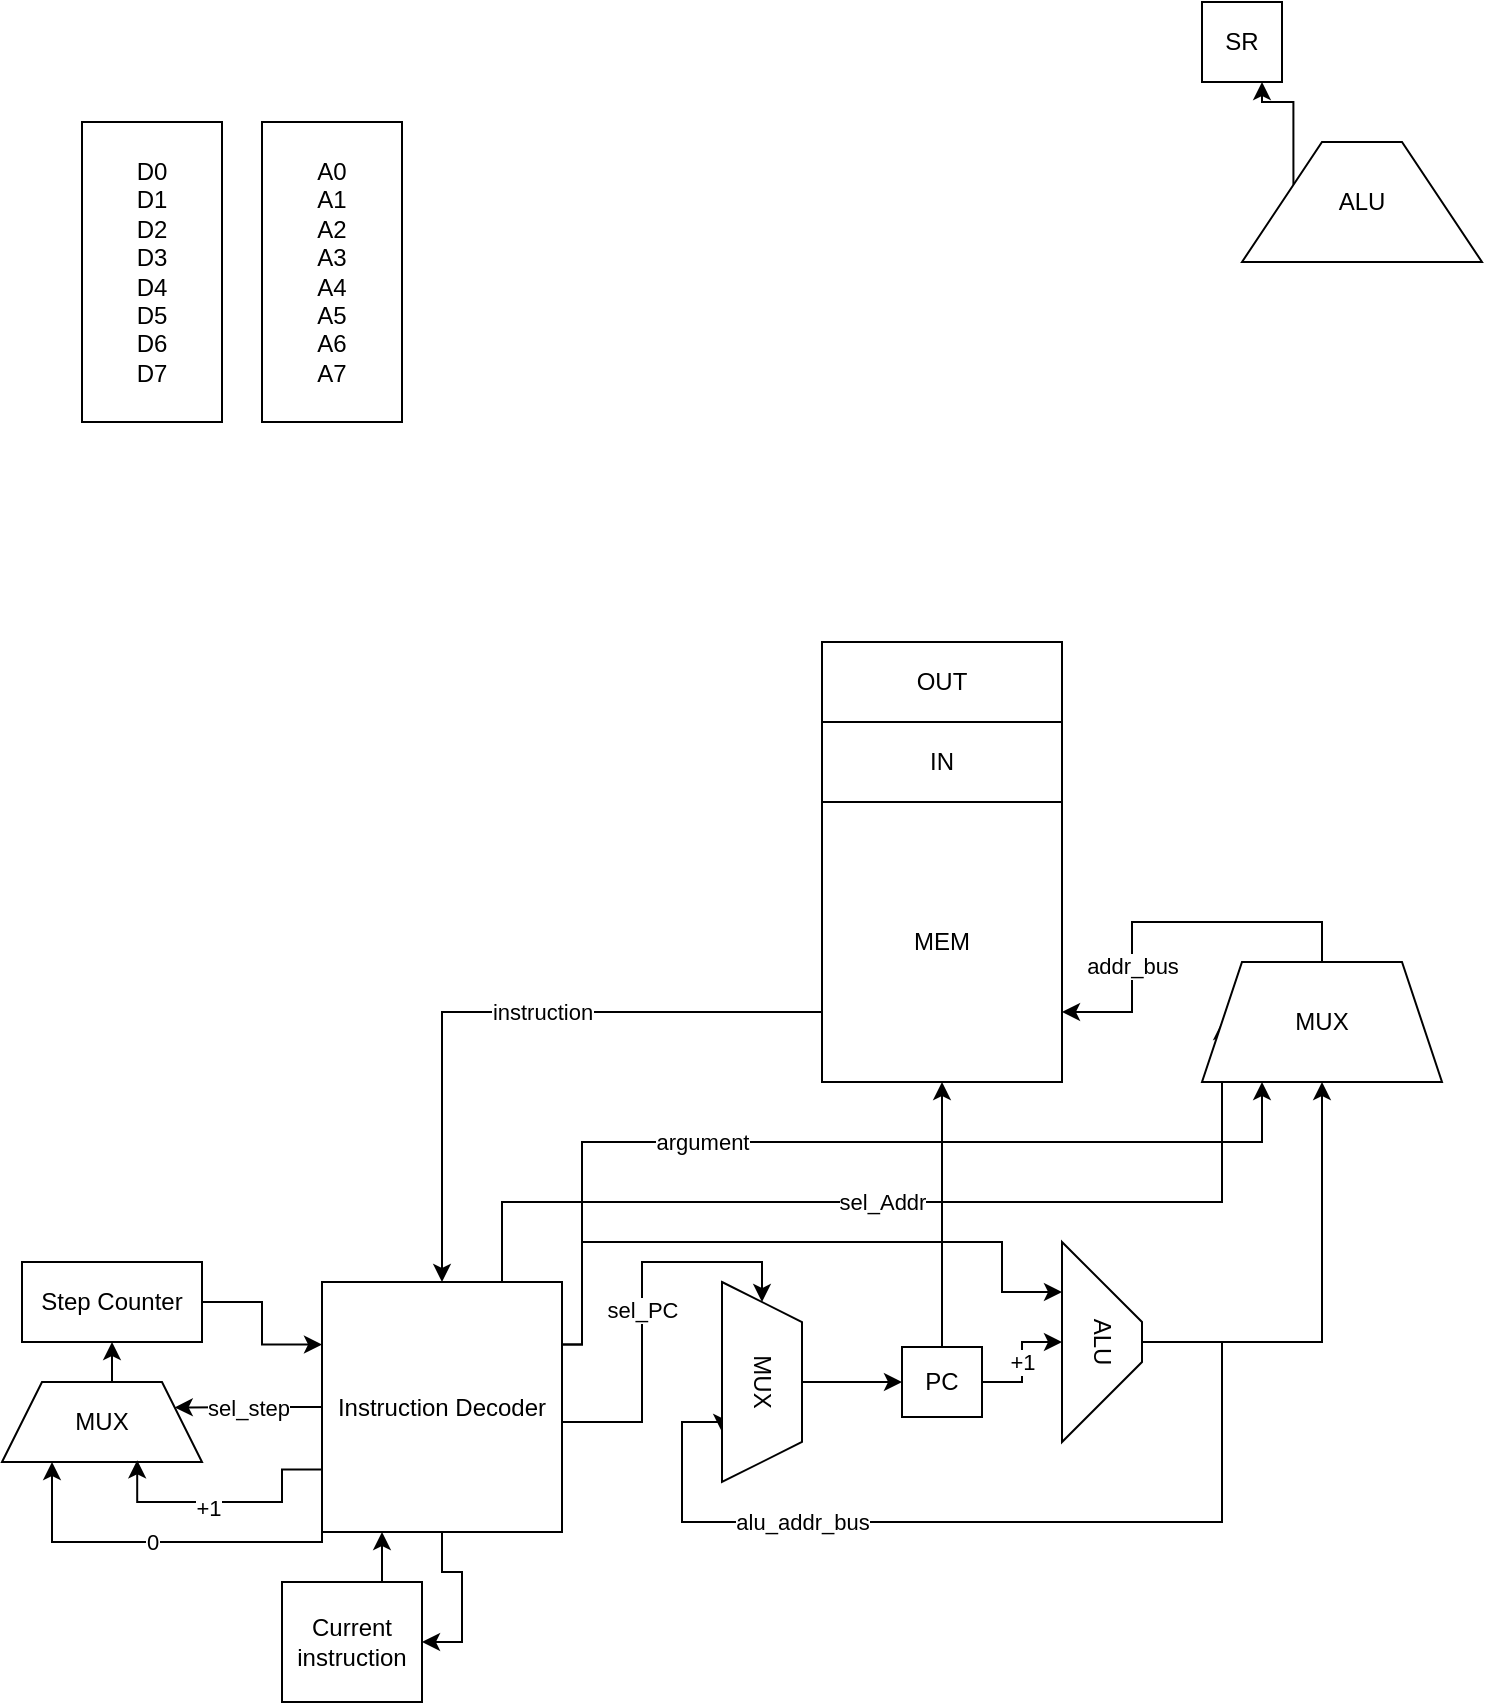
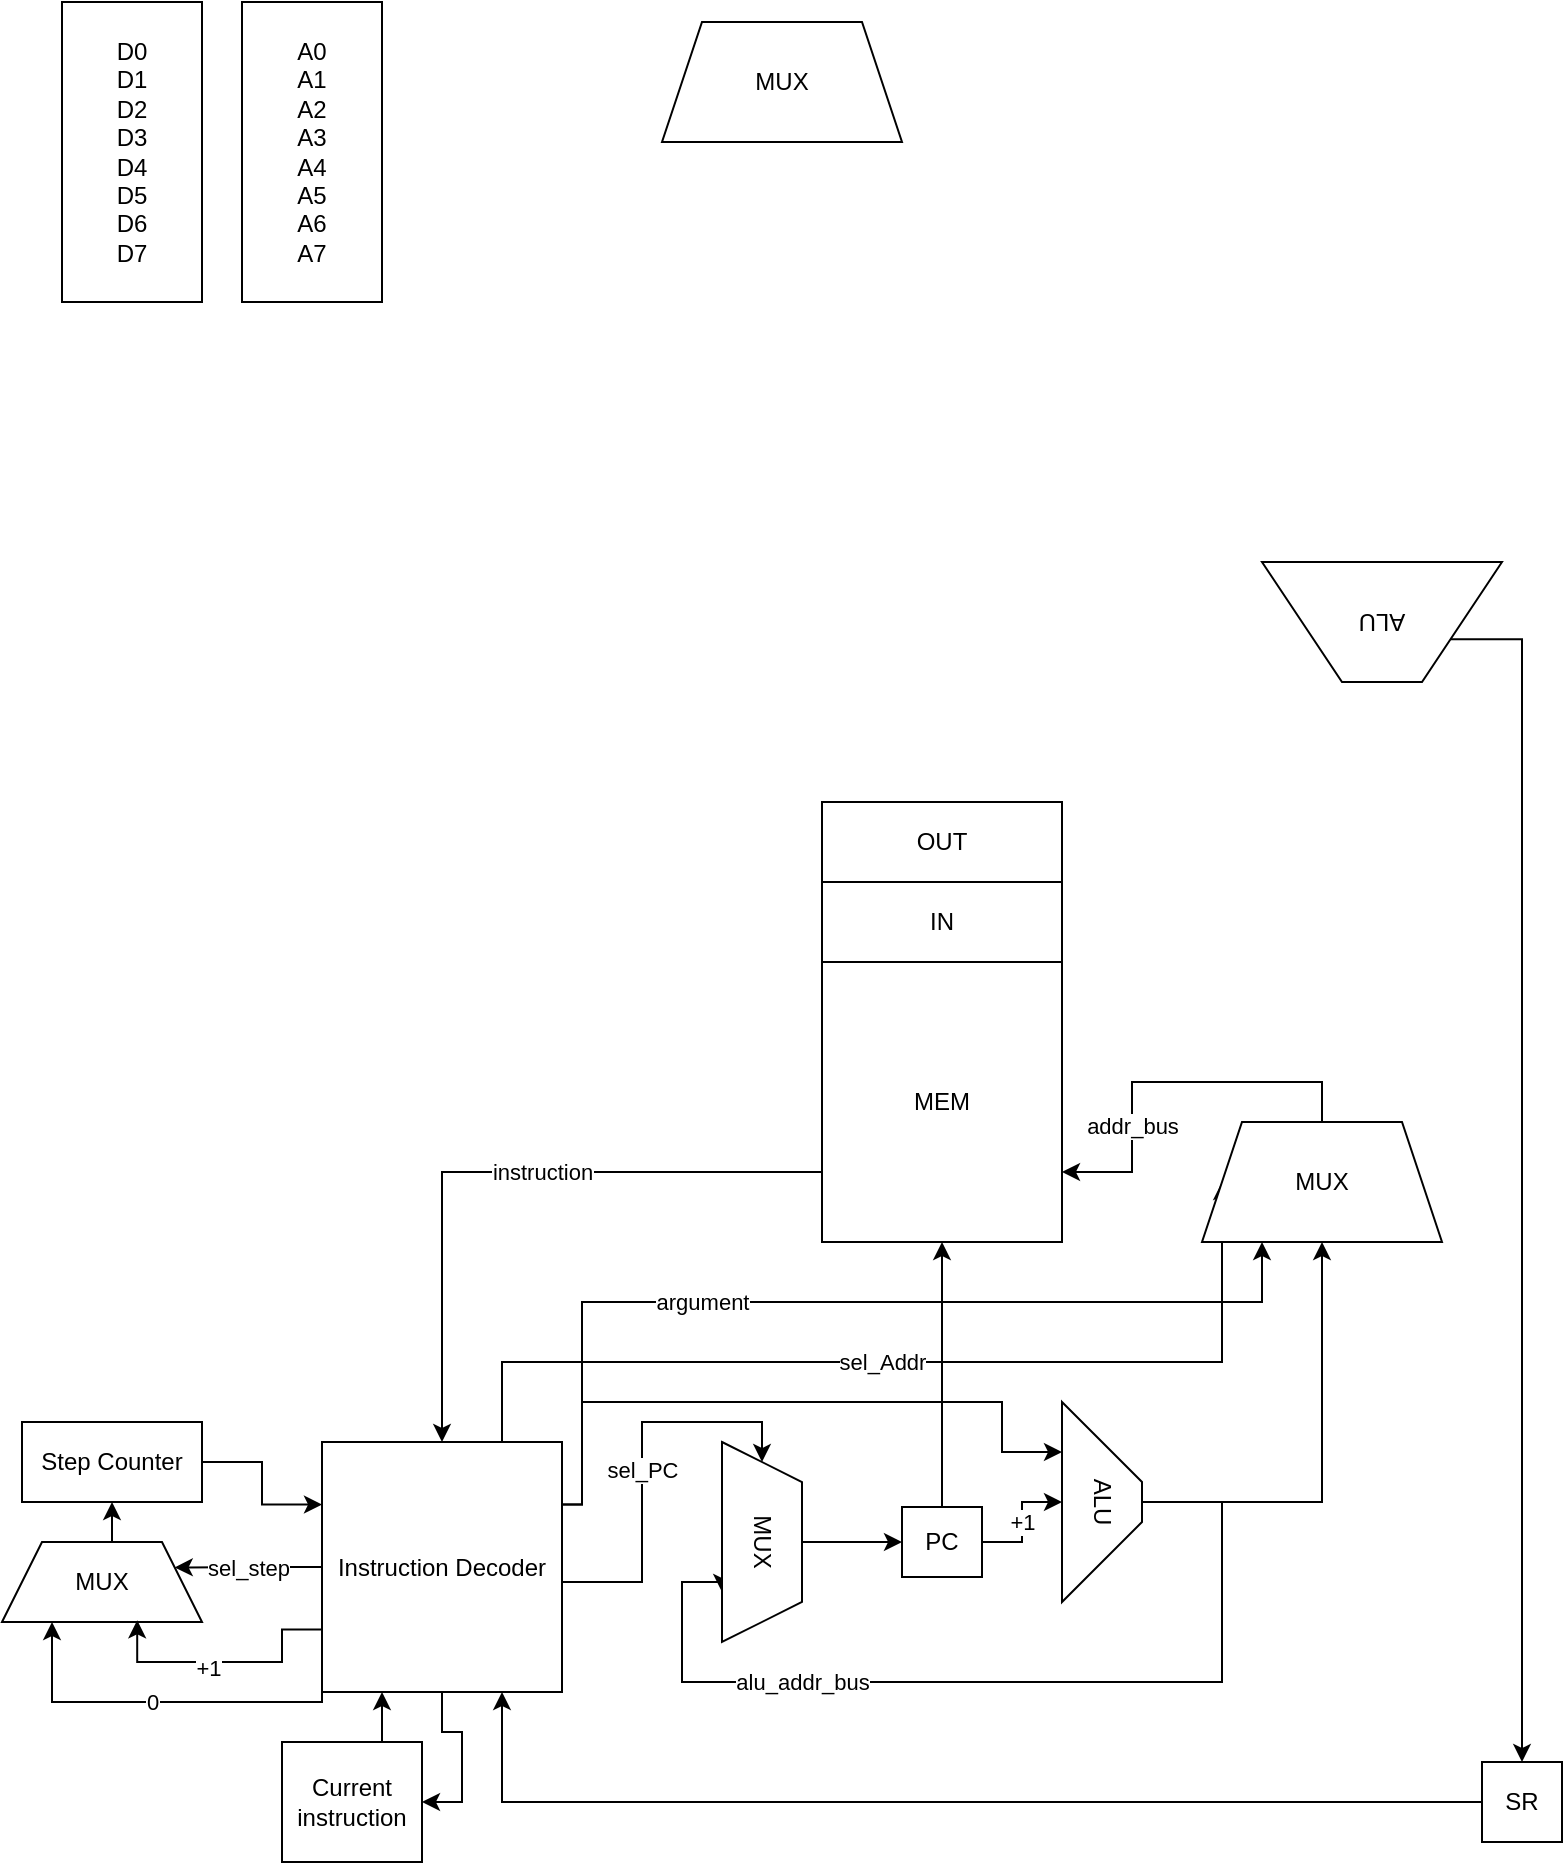
<mxfile host="app.diagrams.net">
  <diagram name="Page-1" id="vD0c1nyJ2qsoY4smOO1c">
-     <mxGraphModel dx="776" dy="638" grid="1" gridSize="10" guides="1" tooltips="1" connect="1" arrows="1" fold="1" page="1" pageScale="1" pageWidth="850" pageHeight="1100" math="0" shadow="0">
+     <mxGraphModel dx="1109" dy="911" grid="1" gridSize="10" guides="1" tooltips="1" connect="1" arrows="1" fold="1" page="1" pageScale="1" pageWidth="850" pageHeight="1100" math="0" shadow="0">
      <root>
        <mxCell id="0" />
        <mxCell id="1" parent="0" />
        <mxCell id="tmCgyVSAr47gJ168LUJc-6" parent="1" style="rounded=0;whiteSpace=wrap;html=1;" value="D0&lt;div&gt;D1&lt;/div&gt;&lt;div&gt;D2&lt;/div&gt;&lt;div&gt;D3&lt;/div&gt;&lt;div&gt;D4&lt;/div&gt;&lt;div&gt;D5&lt;/div&gt;&lt;div&gt;D6&lt;/div&gt;&lt;div&gt;D7&lt;/div&gt;" vertex="1">
          <mxGeometry height="150" width="70" x="40" y="150" as="geometry" />
        </mxCell>
        <mxCell id="tmCgyVSAr47gJ168LUJc-29" edge="1" parent="1" source="tmCgyVSAr47gJ168LUJc-7" style="edgeStyle=orthogonalEdgeStyle;rounded=0;orthogonalLoop=1;jettySize=auto;html=1;exitX=0;exitY=0.75;exitDx=0;exitDy=0;entryX=0.5;entryY=0;entryDx=0;entryDy=0;" target="tmCgyVSAr47gJ168LUJc-8" value="instruction">
          <mxGeometry relative="1" x="-0.1385" as="geometry">
            <mxPoint as="offset" />
          </mxGeometry>
        </mxCell>
        <mxCell id="tmCgyVSAr47gJ168LUJc-7" parent="1" style="rounded=0;whiteSpace=wrap;html=1;" value="MEM" vertex="1">
-           <mxGeometry height="140" width="120" x="410" y="490" as="geometry" />
+           <mxGeometry height="140" width="120" x="420" y="630" as="geometry" />
        </mxCell>
        <mxCell id="tmCgyVSAr47gJ168LUJc-18" edge="1" parent="1" source="tmCgyVSAr47gJ168LUJc-8" style="edgeStyle=orthogonalEdgeStyle;rounded=0;orthogonalLoop=1;jettySize=auto;html=1;exitX=1;exitY=0.5;exitDx=0;exitDy=0;entryX=0;entryY=0.5;entryDx=0;entryDy=0;" target="tmCgyVSAr47gJ168LUJc-17" value="sel_PC">
          <mxGeometry relative="1" as="geometry">
            <Array as="points">
-               <mxPoint x="280" y="800" />
-               <mxPoint x="320" y="800" />
-               <mxPoint x="320" y="720" />
-               <mxPoint x="380" y="720" />
+               <mxPoint x="290" y="940" />
+               <mxPoint x="330" y="940" />
+               <mxPoint x="330" y="860" />
+               <mxPoint x="390" y="860" />
            </Array>
          </mxGeometry>
        </mxCell>
        <mxCell id="tmCgyVSAr47gJ168LUJc-27" edge="1" parent="1" source="tmCgyVSAr47gJ168LUJc-8" style="edgeStyle=orthogonalEdgeStyle;rounded=0;orthogonalLoop=1;jettySize=auto;html=1;exitX=0.75;exitY=0;exitDx=0;exitDy=0;entryX=0;entryY=0.5;entryDx=0;entryDy=0;" target="tmCgyVSAr47gJ168LUJc-25" value="sel_Addr">
          <mxGeometry relative="1" x="-0.0612" as="geometry">
            <mxPoint as="offset" />
            <Array as="points">
-               <mxPoint x="250" y="690" />
+               <mxPoint x="260" y="830" />
            </Array>
          </mxGeometry>
        </mxCell>
        <mxCell id="tmCgyVSAr47gJ168LUJc-31" edge="1" parent="1" source="tmCgyVSAr47gJ168LUJc-8" style="edgeStyle=orthogonalEdgeStyle;rounded=0;orthogonalLoop=1;jettySize=auto;html=1;exitX=0.5;exitY=1;exitDx=0;exitDy=0;entryX=1;entryY=0.5;entryDx=0;entryDy=0;" target="tmCgyVSAr47gJ168LUJc-30">
          <mxGeometry relative="1" as="geometry" />
        </mxCell>
        <mxCell id="tmCgyVSAr47gJ168LUJc-38" edge="1" parent="1" source="tmCgyVSAr47gJ168LUJc-8" style="edgeStyle=orthogonalEdgeStyle;rounded=0;orthogonalLoop=1;jettySize=auto;html=1;exitX=1;exitY=0.25;exitDx=0;exitDy=0;entryX=0.25;entryY=1;entryDx=0;entryDy=0;" target="tmCgyVSAr47gJ168LUJc-15">
          <mxGeometry relative="1" as="geometry">
            <Array as="points">
-               <mxPoint x="290" y="761" />
-               <mxPoint x="290" y="710" />
-               <mxPoint x="500" y="710" />
-               <mxPoint x="500" y="735" />
+               <mxPoint x="300" y="901" />
+               <mxPoint x="300" y="850" />
+               <mxPoint x="510" y="850" />
+               <mxPoint x="510" y="875" />
            </Array>
          </mxGeometry>
        </mxCell>
        <mxCell id="tmCgyVSAr47gJ168LUJc-40" edge="1" parent="1" source="tmCgyVSAr47gJ168LUJc-8" style="edgeStyle=orthogonalEdgeStyle;rounded=0;orthogonalLoop=1;jettySize=auto;html=1;exitX=1;exitY=0.25;exitDx=0;exitDy=0;entryX=0.25;entryY=1;entryDx=0;entryDy=0;" target="tmCgyVSAr47gJ168LUJc-25">
          <mxGeometry relative="1" as="geometry">
            <Array as="points">
-               <mxPoint x="290" y="761" />
-               <mxPoint x="290" y="660" />
-               <mxPoint x="630" y="660" />
+               <mxPoint x="300" y="901" />
+               <mxPoint x="300" y="800" />
+               <mxPoint x="640" y="800" />
            </Array>
          </mxGeometry>
        </mxCell>
        <mxCell id="tmCgyVSAr47gJ168LUJc-41" connectable="0" parent="tmCgyVSAr47gJ168LUJc-40" style="edgeLabel;html=1;align=center;verticalAlign=middle;resizable=0;points=[];" value="argument" vertex="1">
          <mxGeometry relative="1" x="0.5385" y="2" as="geometry">
            <mxPoint x="-199" y="2" as="offset" />
          </mxGeometry>
        </mxCell>
        <mxCell id="tmCgyVSAr47gJ168LUJc-45" edge="1" parent="1" source="tmCgyVSAr47gJ168LUJc-8" style="edgeStyle=orthogonalEdgeStyle;rounded=0;orthogonalLoop=1;jettySize=auto;html=1;exitX=0;exitY=1;exitDx=0;exitDy=0;entryX=0.25;entryY=1;entryDx=0;entryDy=0;" target="tmCgyVSAr47gJ168LUJc-42" value="0">
          <mxGeometry relative="1" as="geometry">
            <Array as="points">
-               <mxPoint x="160" y="860" />
-               <mxPoint x="25" y="860" />
+               <mxPoint x="170" y="1000" />
+               <mxPoint x="35" y="1000" />
            </Array>
          </mxGeometry>
        </mxCell>
        <mxCell id="tmCgyVSAr47gJ168LUJc-47" edge="1" parent="1" source="tmCgyVSAr47gJ168LUJc-8" style="edgeStyle=orthogonalEdgeStyle;rounded=0;orthogonalLoop=1;jettySize=auto;html=1;exitX=0;exitY=0.5;exitDx=0;exitDy=0;entryX=1;entryY=0.25;entryDx=0;entryDy=0;" target="tmCgyVSAr47gJ168LUJc-42" value="sel_step">
          <mxGeometry relative="1" as="geometry" />
        </mxCell>
        <mxCell id="tmCgyVSAr47gJ168LUJc-8" parent="1" style="rounded=0;whiteSpace=wrap;html=1;" value="Instruction Decoder" vertex="1">
-           <mxGeometry height="125" width="120" x="160" y="730" as="geometry" />
+           <mxGeometry height="125" width="120" x="170" y="870" as="geometry" />
        </mxCell>
        <mxCell id="tmCgyVSAr47gJ168LUJc-20" edge="1" parent="1" source="tmCgyVSAr47gJ168LUJc-11" style="edgeStyle=orthogonalEdgeStyle;rounded=0;orthogonalLoop=1;jettySize=auto;html=1;exitX=0.5;exitY=0;exitDx=0;exitDy=0;entryX=0.5;entryY=1;entryDx=0;entryDy=0;" target="tmCgyVSAr47gJ168LUJc-7">
          <mxGeometry relative="1" as="geometry" />
        </mxCell>
        <mxCell id="tmCgyVSAr47gJ168LUJc-33" edge="1" parent="1" source="tmCgyVSAr47gJ168LUJc-11" style="edgeStyle=orthogonalEdgeStyle;rounded=0;orthogonalLoop=1;jettySize=auto;html=1;exitX=1;exitY=0.5;exitDx=0;exitDy=0;entryX=0.5;entryY=1;entryDx=0;entryDy=0;" target="tmCgyVSAr47gJ168LUJc-15" value="+1">
          <mxGeometry relative="1" as="geometry" />
        </mxCell>
        <mxCell id="tmCgyVSAr47gJ168LUJc-11" parent="1" style="rounded=0;whiteSpace=wrap;html=1;" value="PC" vertex="1">
-           <mxGeometry height="35" width="40" x="450" y="762.5" as="geometry" />
+           <mxGeometry height="35" width="40" x="460" y="902.5" as="geometry" />
        </mxCell>
        <mxCell id="tmCgyVSAr47gJ168LUJc-48" edge="1" parent="1" source="tmCgyVSAr47gJ168LUJc-12" style="edgeStyle=orthogonalEdgeStyle;rounded=0;orthogonalLoop=1;jettySize=auto;html=1;exitX=1;exitY=0.5;exitDx=0;exitDy=0;entryX=0;entryY=0.25;entryDx=0;entryDy=0;" target="tmCgyVSAr47gJ168LUJc-8">
          <mxGeometry relative="1" as="geometry" />
        </mxCell>
        <mxCell id="tmCgyVSAr47gJ168LUJc-12" parent="1" style="rounded=0;whiteSpace=wrap;html=1;" value="Step Counter" vertex="1">
-           <mxGeometry height="40" width="90" x="10" y="720" as="geometry" />
+           <mxGeometry height="40" width="90" x="20" y="860" as="geometry" />
        </mxCell>
        <mxCell id="tmCgyVSAr47gJ168LUJc-24" edge="1" parent="1" source="tmCgyVSAr47gJ168LUJc-15" style="edgeStyle=orthogonalEdgeStyle;rounded=0;orthogonalLoop=1;jettySize=auto;html=1;exitX=0.5;exitY=0;exitDx=0;exitDy=0;entryX=0.75;entryY=1;entryDx=0;entryDy=0;" target="tmCgyVSAr47gJ168LUJc-17" value="alu_addr_bus">
          <mxGeometry relative="1" x="0.4316" as="geometry">
            <mxPoint as="offset" />
            <Array as="points">
-               <mxPoint x="610" y="760" />
-               <mxPoint x="610" y="850" />
-               <mxPoint x="340" y="850" />
-               <mxPoint x="340" y="800" />
-               <mxPoint x="360" y="800" />
+               <mxPoint x="620" y="900" />
+               <mxPoint x="620" y="990" />
+               <mxPoint x="350" y="990" />
+               <mxPoint x="350" y="940" />
+               <mxPoint x="370" y="940" />
            </Array>
          </mxGeometry>
        </mxCell>
        <mxCell id="tmCgyVSAr47gJ168LUJc-26" edge="1" parent="1" source="tmCgyVSAr47gJ168LUJc-15" style="edgeStyle=orthogonalEdgeStyle;rounded=0;orthogonalLoop=1;jettySize=auto;html=1;exitX=0.5;exitY=0;exitDx=0;exitDy=0;entryX=0.5;entryY=1;entryDx=0;entryDy=0;" target="tmCgyVSAr47gJ168LUJc-25">
          <mxGeometry relative="1" as="geometry" />
        </mxCell>
        <mxCell id="tmCgyVSAr47gJ168LUJc-15" parent="1" style="shape=trapezoid;perimeter=trapezoidPerimeter;whiteSpace=wrap;html=1;fixedSize=1;rotation=90;size=40;" value="ALU" vertex="1">
-           <mxGeometry height="40" width="100" x="500" y="740" as="geometry" />
+           <mxGeometry height="40" width="100" x="510" y="880" as="geometry" />
        </mxCell>
        <mxCell id="tmCgyVSAr47gJ168LUJc-19" edge="1" parent="1" source="tmCgyVSAr47gJ168LUJc-17" style="edgeStyle=orthogonalEdgeStyle;rounded=0;orthogonalLoop=1;jettySize=auto;html=1;exitX=0.5;exitY=0;exitDx=0;exitDy=0;entryX=0;entryY=0.5;entryDx=0;entryDy=0;" target="tmCgyVSAr47gJ168LUJc-11">
          <mxGeometry relative="1" as="geometry" />
        </mxCell>
        <mxCell id="tmCgyVSAr47gJ168LUJc-17" parent="1" style="shape=trapezoid;perimeter=trapezoidPerimeter;whiteSpace=wrap;html=1;fixedSize=1;rotation=90;" value="MUX" vertex="1">
-           <mxGeometry height="40" width="100" x="330" y="760" as="geometry" />
+           <mxGeometry height="40" width="100" x="340" y="900" as="geometry" />
        </mxCell>
        <mxCell id="tmCgyVSAr47gJ168LUJc-34" edge="1" parent="1" source="tmCgyVSAr47gJ168LUJc-25" style="edgeStyle=orthogonalEdgeStyle;rounded=0;orthogonalLoop=1;jettySize=auto;html=1;exitX=0.5;exitY=0;exitDx=0;exitDy=0;entryX=1;entryY=0.75;entryDx=0;entryDy=0;" target="tmCgyVSAr47gJ168LUJc-7" value="addr_bus">
          <mxGeometry relative="1" x="0.4074" as="geometry">
            <mxPoint as="offset" />
          </mxGeometry>
        </mxCell>
        <mxCell id="tmCgyVSAr47gJ168LUJc-25" parent="1" style="shape=trapezoid;perimeter=trapezoidPerimeter;whiteSpace=wrap;html=1;fixedSize=1;rotation=0;" value="MUX" vertex="1">
-           <mxGeometry height="60" width="120" x="600" y="570" as="geometry" />
+           <mxGeometry height="60" width="120" x="610" y="710" as="geometry" />
        </mxCell>
        <mxCell id="tmCgyVSAr47gJ168LUJc-32" edge="1" parent="1" source="tmCgyVSAr47gJ168LUJc-30" style="edgeStyle=orthogonalEdgeStyle;rounded=0;orthogonalLoop=1;jettySize=auto;html=1;exitX=0.75;exitY=0;exitDx=0;exitDy=0;entryX=0.25;entryY=1;entryDx=0;entryDy=0;" target="tmCgyVSAr47gJ168LUJc-8">
          <mxGeometry relative="1" as="geometry" />
        </mxCell>
        <mxCell id="tmCgyVSAr47gJ168LUJc-30" parent="1" style="whiteSpace=wrap;html=1;" value="Current instruction" vertex="1">
-           <mxGeometry height="60" width="70" x="140" y="880" as="geometry" />
+           <mxGeometry height="60" width="70" x="150" y="1020" as="geometry" />
        </mxCell>
        <mxCell id="tmCgyVSAr47gJ168LUJc-35" parent="1" style="whiteSpace=wrap;html=1;" value="IN" vertex="1">
-           <mxGeometry height="40" width="120" x="410" y="450" as="geometry" />
+           <mxGeometry height="40" width="120" x="420" y="590" as="geometry" />
        </mxCell>
        <mxCell id="tmCgyVSAr47gJ168LUJc-36" parent="1" style="whiteSpace=wrap;html=1;" value="OUT" vertex="1">
-           <mxGeometry height="40" width="120" x="410" y="410" as="geometry" />
+           <mxGeometry height="40" width="120" x="420" y="550" as="geometry" />
        </mxCell>
        <mxCell id="tmCgyVSAr47gJ168LUJc-43" edge="1" parent="1" source="tmCgyVSAr47gJ168LUJc-42" style="edgeStyle=orthogonalEdgeStyle;rounded=0;orthogonalLoop=1;jettySize=auto;html=1;exitX=0.5;exitY=0;exitDx=0;exitDy=0;entryX=0.5;entryY=1;entryDx=0;entryDy=0;" target="tmCgyVSAr47gJ168LUJc-12">
          <mxGeometry relative="1" as="geometry" />
        </mxCell>
        <mxCell id="tmCgyVSAr47gJ168LUJc-42" parent="1" style="shape=trapezoid;perimeter=trapezoidPerimeter;whiteSpace=wrap;html=1;fixedSize=1;rotation=0;" value="MUX" vertex="1">
-           <mxGeometry height="40" width="100" y="780" as="geometry" />
+           <mxGeometry height="40" width="100" x="10" y="920" as="geometry" />
        </mxCell>
        <mxCell id="tmCgyVSAr47gJ168LUJc-44" edge="1" parent="1" source="tmCgyVSAr47gJ168LUJc-8" style="edgeStyle=orthogonalEdgeStyle;rounded=0;orthogonalLoop=1;jettySize=auto;html=1;exitX=0;exitY=0.75;exitDx=0;exitDy=0;entryX=0.676;entryY=0.979;entryDx=0;entryDy=0;entryPerimeter=0;" target="tmCgyVSAr47gJ168LUJc-42">
          <mxGeometry relative="1" as="geometry">
            <Array as="points">
-               <mxPoint x="140" y="824" />
-               <mxPoint x="140" y="840" />
-               <mxPoint x="68" y="840" />
+               <mxPoint x="150" y="964" />
+               <mxPoint x="150" y="980" />
+               <mxPoint x="78" y="980" />
            </Array>
          </mxGeometry>
        </mxCell>
        <mxCell id="tmCgyVSAr47gJ168LUJc-46" connectable="0" parent="tmCgyVSAr47gJ168LUJc-44" style="edgeLabel;html=1;align=center;verticalAlign=middle;resizable=0;points=[];" value="+1" vertex="1">
          <mxGeometry relative="1" x="0.1365" y="3" as="geometry">
            <mxPoint as="offset" />
          </mxGeometry>
        </mxCell>
        <mxCell id="tmCgyVSAr47gJ168LUJc-49" parent="1" style="rounded=0;whiteSpace=wrap;html=1;" value="A0&lt;div&gt;A1&lt;/div&gt;&lt;div&gt;A2&lt;/div&gt;&lt;div&gt;A3&lt;/div&gt;&lt;div&gt;A4&lt;/div&gt;&lt;div&gt;A5&lt;/div&gt;&lt;div&gt;A6&lt;/div&gt;&lt;div&gt;A7&lt;/div&gt;" vertex="1">
          <mxGeometry height="150" width="70" x="130" y="150" as="geometry" />
        </mxCell>
-         <mxCell id="tmCgyVSAr47gJ168LUJc-50" parent="1" style="whiteSpace=wrap;html=1;" value="SR" vertex="1">
-           <mxGeometry height="40" width="40" x="600" y="90" as="geometry" />
-         </mxCell>
-         <mxCell id="tmCgyVSAr47gJ168LUJc-53" edge="1" parent="1" source="tmCgyVSAr47gJ168LUJc-51" style="edgeStyle=orthogonalEdgeStyle;rounded=0;orthogonalLoop=1;jettySize=auto;html=1;exitX=0;exitY=0.25;exitDx=0;exitDy=0;entryX=0.75;entryY=1;entryDx=0;entryDy=0;" target="tmCgyVSAr47gJ168LUJc-50">
+         <mxCell id="tmCgyVSAr47gJ168LUJc-56" edge="1" parent="1" source="tmCgyVSAr47gJ168LUJc-50" style="edgeStyle=orthogonalEdgeStyle;rounded=0;orthogonalLoop=1;jettySize=auto;html=1;exitX=0;exitY=0.5;exitDx=0;exitDy=0;entryX=0.75;entryY=1;entryDx=0;entryDy=0;" target="tmCgyVSAr47gJ168LUJc-8">
          <mxGeometry relative="1" as="geometry" />
        </mxCell>
-         <mxCell id="tmCgyVSAr47gJ168LUJc-51" parent="1" style="shape=trapezoid;perimeter=trapezoidPerimeter;whiteSpace=wrap;html=1;fixedSize=1;size=40;" value="ALU" vertex="1">
-           <mxGeometry height="60" width="120" x="620" y="160" as="geometry" />
+         <mxCell id="tmCgyVSAr47gJ168LUJc-50" parent="1" style="whiteSpace=wrap;html=1;" value="SR" vertex="1">
+           <mxGeometry height="40" width="40" x="750" y="1030" as="geometry" />
+         </mxCell>
+         <mxCell id="tmCgyVSAr47gJ168LUJc-55" edge="1" parent="1" source="tmCgyVSAr47gJ168LUJc-51" style="edgeStyle=orthogonalEdgeStyle;rounded=0;orthogonalLoop=1;jettySize=auto;html=1;exitX=0;exitY=0.25;exitDx=0;exitDy=0;entryX=0.5;entryY=0;entryDx=0;entryDy=0;" target="tmCgyVSAr47gJ168LUJc-50">
+           <mxGeometry relative="1" as="geometry">
+             <Array as="points">
+               <mxPoint x="770" y="469" />
+             </Array>
+           </mxGeometry>
+         </mxCell>
+         <mxCell id="tmCgyVSAr47gJ168LUJc-51" parent="1" style="shape=trapezoid;perimeter=trapezoidPerimeter;whiteSpace=wrap;html=1;fixedSize=1;size=40;rotation=-180;" value="ALU" vertex="1">
+           <mxGeometry height="60" width="120" x="640" y="430" as="geometry" />
+         </mxCell>
+         <mxCell id="tmCgyVSAr47gJ168LUJc-54" parent="1" style="shape=trapezoid;perimeter=trapezoidPerimeter;whiteSpace=wrap;html=1;fixedSize=1;rotation=0;" value="MUX" vertex="1">
+           <mxGeometry height="60" width="120" x="340" y="160" as="geometry" />
        </mxCell>
      </root>
    </mxGraphModel>
  </diagram>
</mxfile>
